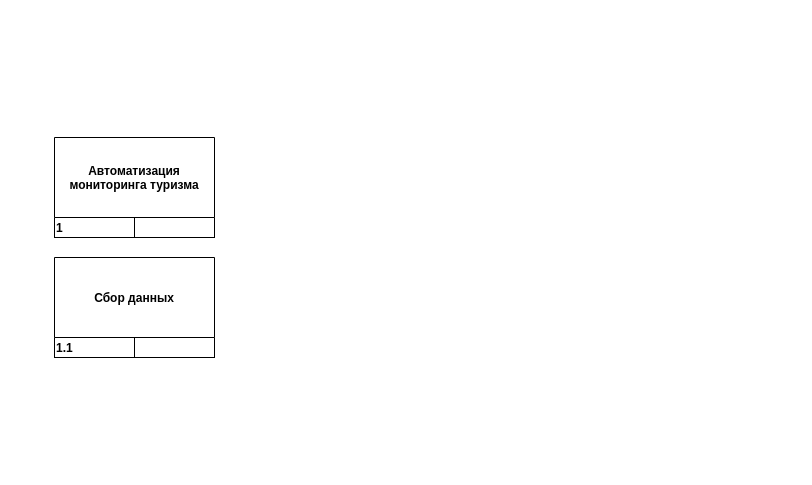
Earlier version of the draw.io diagram Диаграмма без названия.drawio (sukmalo/IDEF1_group). Source tidied: cells renumbered, new cells numbered last; positions are measured from the earlier drawing's top-left corner, leaving out a move shared by most shapes. Both pictures are drawn from the tidied source at 100%, with x=0, y=0 at pixel (54, 137).
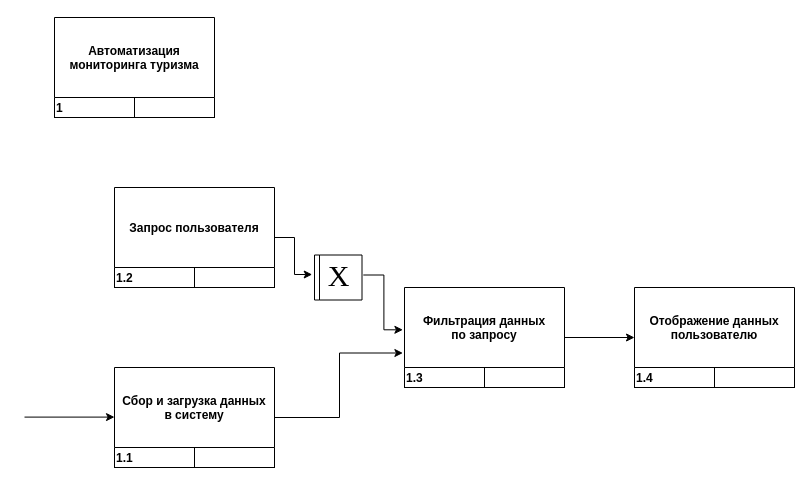
After the change.

Change to the diagram source:
```diff
@@
     <mxCell id="2" value="Автоматизация&#10;мониторинга туризма" style="shape=table;startSize=80;childLayout=tableLayout;rowLines=0;fontStyle=1;align=center;" parent="1" vertex="1">
-      <mxGeometry width="160" height="100" as="geometry" />
+      <mxGeometry y="-120" width="160" height="100" as="geometry" />
     </mxCell>
@@
-    <mxCell id="6" value="Сбор данных" style="shape=table;startSize=80;childLayout=tableLayout;rowLines=0;fontStyle=1;align=center;" parent="1" vertex="1">
-      <mxGeometry y="120" width="160" height="100" as="geometry" />
+    <mxCell id="6" value="Сбор и загрузка данных&#10;в систему" style="shape=table;startSize=80;childLayout=tableLayout;rowLines=0;fontStyle=1;align=center;" parent="1" vertex="1">
+      <mxGeometry x="60" y="230" width="160" height="100" as="geometry" />
     </mxCell>
@@
+    <mxCell id="10" style="edgeStyle=orthogonalEdgeStyle;rounded=0;jettySize=auto;html=1;entryX=-0.022;entryY=0.49;entryDx=0;entryDy=0;entryPerimeter=0;" parent="1" edge="1" source="11" target="26">
+      <mxGeometry relative="1" as="geometry" />
+    </mxCell>
+    <mxCell id="11" value="Запрос пользователя" style="shape=table;startSize=80;childLayout=tableLayout;rowLines=0;fontStyle=1;align=center;" parent="1" vertex="1">
+      <mxGeometry x="60" y="50" width="160" height="100" as="geometry" />
+    </mxCell>
+    <mxCell id="12" style="shape=partialRectangle;fillColor=none;top=0;left=0;right=0;bottom=1;" parent="11" vertex="1">
+      <mxGeometry y="80" width="160" height="20" as="geometry" />
+    </mxCell>
+    <mxCell id="13" value="1.2" style="shape=partialRectangle;overflow=hidden;fillColor=none;top=0;left=0;bottom=0;right=0;fontStyle=1;align=left;" parent="12" vertex="1">
+      <mxGeometry width="80" height="20" as="geometry" />
+    </mxCell>
+    <mxCell id="14" style="shape=partialRectangle;overflow=hidden;fillColor=none;top=0;left=0;bottom=0;right=0;align=left;spacingLeft=6;fontStyle=5;" parent="12" vertex="1">
+      <mxGeometry x="80" width="80" height="20" as="geometry" />
+    </mxCell>
+    <mxCell id="15" style="edgeStyle=orthogonalEdgeStyle;rounded=0;jettySize=auto;html=1;" parent="1" edge="1" source="16" target="20">
+      <mxGeometry relative="1" as="geometry" />
+    </mxCell>
+    <mxCell id="16" value="Фильтрация данных&#10;по запросу" style="shape=table;startSize=80;childLayout=tableLayout;rowLines=0;fontStyle=1;align=center;" parent="1" vertex="1">
+      <mxGeometry x="350" y="150" width="160" height="100" as="geometry" />
+    </mxCell>
+    <mxCell id="17" style="shape=partialRectangle;fillColor=none;top=0;left=0;right=0;bottom=1;" parent="16" vertex="1">
+      <mxGeometry y="80" width="160" height="20" as="geometry" />
+    </mxCell>
+    <mxCell id="18" value="1.3" style="shape=partialRectangle;overflow=hidden;fillColor=none;top=0;left=0;bottom=0;right=0;fontStyle=1;align=left;" parent="17" vertex="1">
+      <mxGeometry width="80" height="20" as="geometry" />
+    </mxCell>
+    <mxCell id="19" style="shape=partialRectangle;overflow=hidden;fillColor=none;top=0;left=0;bottom=0;right=0;align=left;spacingLeft=6;fontStyle=5;" parent="17" vertex="1">
+      <mxGeometry x="80" width="80" height="20" as="geometry" />
+    </mxCell>
+    <mxCell id="20" value="Отображение данных&#10;пользователю" style="shape=table;startSize=80;childLayout=tableLayout;rowLines=0;fontStyle=1;align=center;" parent="1" vertex="1">
+      <mxGeometry x="580" y="150" width="160" height="100" as="geometry" />
+    </mxCell>
+    <mxCell id="21" style="shape=partialRectangle;fillColor=none;top=0;left=0;right=0;bottom=1;" parent="20" vertex="1">
+      <mxGeometry y="80" width="160" height="20" as="geometry" />
+    </mxCell>
+    <mxCell id="22" value="1.4" style="shape=partialRectangle;overflow=hidden;fillColor=none;top=0;left=0;bottom=0;right=0;fontStyle=1;align=left;" parent="21" vertex="1">
+      <mxGeometry width="80" height="20" as="geometry" />
+    </mxCell>
+    <mxCell id="23" style="shape=partialRectangle;overflow=hidden;fillColor=none;top=0;left=0;bottom=0;right=0;align=left;spacingLeft=6;fontStyle=5;" parent="21" vertex="1">
+      <mxGeometry x="80" width="80" height="20" as="geometry" />
+    </mxCell>
+    <mxCell id="24" style="edgeStyle=orthogonalEdgeStyle;rounded=0;jettySize=auto;html=1;entryX=-0.01;entryY=0.655;entryDx=0;entryDy=0;entryPerimeter=0;" parent="1" edge="1" source="6" target="16">
+      <mxGeometry relative="1" as="geometry" />
+    </mxCell>
+    <mxCell id="25" style="swimlane;horizontal=0;whiteSpace=wrap;html=1;startSize=5;" parent="1" vertex="1">
+      <mxGeometry x="260" y="117.5" width="47.5" height="45" as="geometry" />
+    </mxCell>
+    <mxCell id="26" value="&lt;font style=&quot;font-size: 30px;&quot; face=&quot;Times New Roman&quot;&gt;X&lt;/font&gt;" style="text;html=1;align=center;verticalAlign=middle;points=[];strokeColor=none;fillColor=none;" parent="25" vertex="1">
+      <mxGeometry x="-1.2" y="-5" width="50" height="50" as="geometry" />
+    </mxCell>
+    <mxCell id="27" style="edgeStyle=orthogonalEdgeStyle;rounded=0;jettySize=auto;html=1;entryX=-0.01;entryY=0.423;entryDx=0;entryDy=0;entryPerimeter=0;" parent="1" edge="1" source="26" target="16">
+      <mxGeometry relative="1" as="geometry" />
+    </mxCell>
+    <mxCell id="28" style="endArrow=classic;html=1;rounded=0;" parent="1" edge="1">
+      <mxGeometry relative="1" as="geometry">
+        <mxPoint x="-30" y="279.6" as="sourcePoint" />
+        <mxPoint x="60" y="279.6" as="targetPoint" />
+      </mxGeometry>
+    </mxCell>
```
